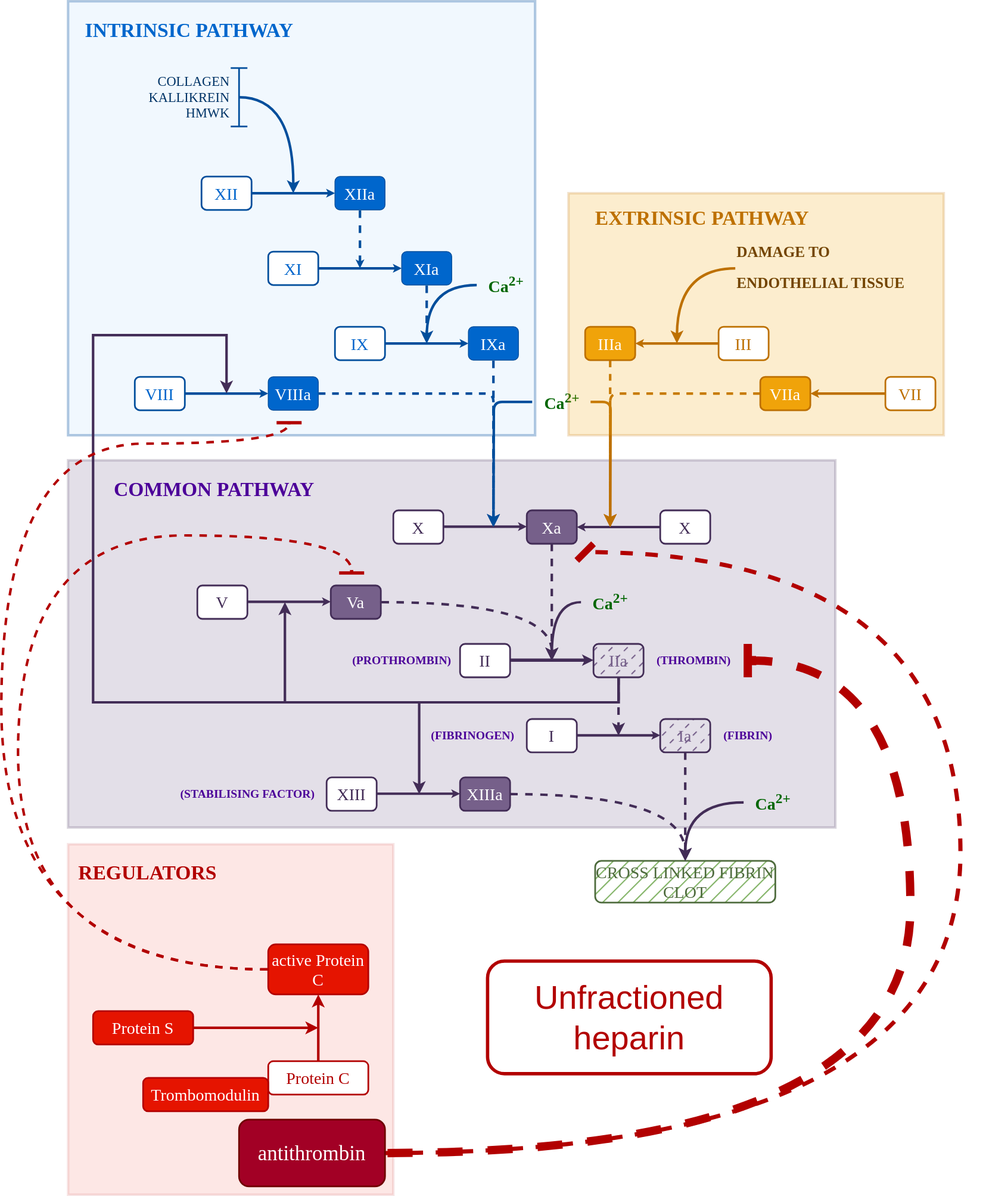
This is images/UFH.drawio.svg from rmvpaeme/stolling, a draw.io export, as it was before one commit. Source tidied: cells renumbered, new cells last; positions are measured from the earlier drawing's top-left corner, leaving out a move shared by most shapes.
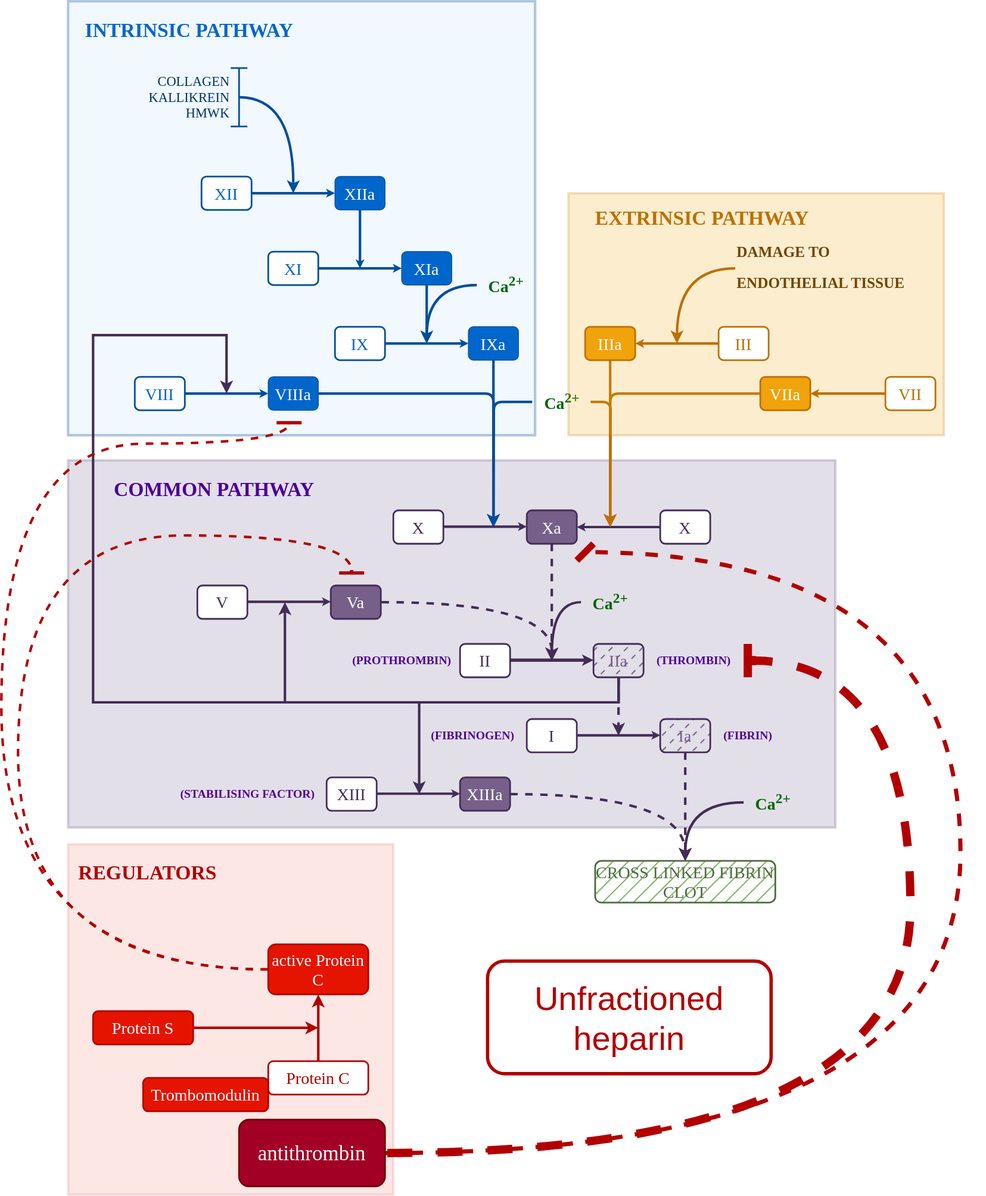
Later version of the same file.

Change to the diagram source:
```diff
@@ -11,7 +11,7 @@
     <mxCell id="4" style="rounded=0;whiteSpace=wrap;html=1;fillColor=#D1E6FC;strokeWidth=3;strokeColor=#004E9C;opacity=30;" parent="1" vertex="1">
       <mxGeometry x="80" width="560" height="520" as="geometry" />
     </mxCell>
-    <mxCell id="5" style="edgeStyle=orthogonalEdgeStyle;rounded=0;jettySize=auto;html=1;strokeWidth=3;endSize=1;strokeColor=#004e9c;dashed=1;flowAnimation=1;" parent="1" edge="1" source="6">
+    <mxCell id="5" style="edgeStyle=orthogonalEdgeStyle;rounded=0;jettySize=auto;html=1;strokeWidth=3;endSize=1;strokeColor=#004e9c;flowAnimation=0;" parent="1" edge="1" source="6">
       <mxGeometry relative="1" as="geometry">
         <mxPoint x="430" y="320" as="targetPoint" />
       </mxGeometry>
@@ -39,7 +39,7 @@
     <mxCell id="12" style="shape=crossbar;whiteSpace=wrap;html=1;rounded=1;direction=south;strokeWidth=2;fillColor=#004E9C;strokeColor=#004E9C;" parent="1" vertex="1">
       <mxGeometry x="275" y="80" width="20" height="70" as="geometry" />
     </mxCell>
-    <mxCell id="13" style="edgeStyle=orthogonalEdgeStyle;rounded=0;jettySize=auto;html=1;strokeWidth=3;endSize=1;strokeColor=#004e9c;dashed=1;flowAnimation=1;" parent="1" edge="1" source="14">
+    <mxCell id="13" style="edgeStyle=orthogonalEdgeStyle;rounded=0;jettySize=auto;html=1;strokeWidth=3;endSize=1;strokeColor=#004e9c;flowAnimation=0;" parent="1" edge="1" source="14">
       <mxGeometry relative="1" as="geometry">
         <mxPoint x="510" y="410" as="targetPoint" />
       </mxGeometry>
@@ -53,7 +53,7 @@
     <mxCell id="16" value="&lt;font style=&quot;font-size: 20px;&quot; face=&quot;Tahoma&quot;&gt;XI&lt;/font&gt;" style="rounded=1;whiteSpace=wrap;html=1;fillColor=#ffffff;fontColor=#0066CC;strokeColor=#004E9C;strokeWidth=2;" parent="1" vertex="1">
       <mxGeometry x="320" y="300" width="60" height="40" as="geometry" />
     </mxCell>
-    <mxCell id="17" style="edgeStyle=orthogonalEdgeStyle;rounded=0;jettySize=auto;html=1;strokeWidth=3;strokeColor=#004e9c;dashed=1;flowAnimation=1;" parent="1" edge="1" source="18">
+    <mxCell id="17" style="edgeStyle=orthogonalEdgeStyle;rounded=0;jettySize=auto;html=1;strokeWidth=3;strokeColor=#004e9c;flowAnimation=0;" parent="1" edge="1" source="18">
       <mxGeometry relative="1" as="geometry">
         <mxPoint x="590" y="630" as="targetPoint" />
       </mxGeometry>
@@ -67,7 +67,7 @@
     <mxCell id="20" value="&lt;font style=&quot;font-size: 20px;&quot; face=&quot;Tahoma&quot;&gt;IX&lt;/font&gt;" style="rounded=1;whiteSpace=wrap;html=1;fillColor=#ffffff;fontColor=#0066CC;strokeColor=#004E9C;strokeWidth=2;" parent="1" vertex="1">
       <mxGeometry x="400" y="390" width="60" height="40" as="geometry" />
     </mxCell>
-    <mxCell id="21" style="edgeStyle=orthogonalEdgeStyle;rounded=1;jettySize=auto;html=1;curved=0;jumpStyle=arc;strokeWidth=3;strokeColor=#004e9c;flowAnimation=1;" parent="1" edge="1" source="22">
+    <mxCell id="21" style="edgeStyle=orthogonalEdgeStyle;rounded=1;jettySize=auto;html=1;curved=0;jumpStyle=arc;strokeWidth=3;strokeColor=#004e9c;flowAnimation=0;" parent="1" edge="1" source="22">
       <mxGeometry relative="1" as="geometry">
         <mxPoint x="590" y="630" as="targetPoint" />
         <Array as="points">
@@ -213,13 +213,13 @@
     <mxCell id="54" value="&lt;font face=&quot;Tahoma&quot;&gt;&lt;span style=&quot;font-size: 20px;&quot;&gt;CROSS LINKED FIBRIN CLOT&lt;/span&gt;&lt;/font&gt;" style="rounded=1;whiteSpace=wrap;html=1;fillColor=#82B366;strokeColor=#4E6B3D;strokeWidth=2;shadow=0;glass=0;fillStyle=hatch;fontColor=#4E6B3D;" parent="1" vertex="1">
       <mxGeometry x="712" y="1030" width="216" height="50" as="geometry" />
     </mxCell>
-    <mxCell id="55" style="edgeStyle=orthogonalEdgeStyle;rounded=0;orthogonalLoop=1;jettySize=auto;html=1;strokeColor=#BD7000;strokeWidth=3;flowAnimation=1;" parent="1" edge="1">
+    <mxCell id="55" style="edgeStyle=orthogonalEdgeStyle;rounded=0;orthogonalLoop=1;jettySize=auto;html=1;strokeColor=#BD7000;strokeWidth=3;flowAnimation=0;" parent="1" edge="1">
       <mxGeometry relative="1" as="geometry">
         <mxPoint x="730" y="430" as="sourcePoint" />
         <mxPoint x="730" y="630" as="targetPoint" />
       </mxGeometry>
     </mxCell>
-    <mxCell id="56" style="edgeStyle=orthogonalEdgeStyle;rounded=1;orthogonalLoop=1;jettySize=auto;html=1;curved=0;strokeColor=#BD7000;strokeWidth=3;flowAnimation=1;" parent="1" edge="1">
+    <mxCell id="56" style="edgeStyle=orthogonalEdgeStyle;rounded=1;orthogonalLoop=1;jettySize=auto;html=1;curved=0;strokeColor=#BD7000;strokeWidth=3;flowAnimation=0;" parent="1" edge="1">
       <mxGeometry relative="1" as="geometry">
         <mxPoint x="910" y="470" as="sourcePoint" />
         <mxPoint x="730" y="630" as="targetPoint" />
@@ -273,7 +273,7 @@
     <mxCell id="67" value="&lt;font color=&quot;#b20000&quot; face=&quot;Tahoma&quot;&gt;&lt;span style=&quot;font-size: 20px;&quot;&gt;Protein C&lt;/span&gt;&lt;/font&gt;" style="rounded=1;whiteSpace=wrap;html=1;strokeWidth=2;strokeColor=#B20000;" parent="1" vertex="1">
       <mxGeometry x="320" y="1270" width="120" height="40" as="geometry" />
     </mxCell>
-    <mxCell id="68" style="edgeStyle=orthogonalEdgeStyle;rounded=0;jettySize=auto;html=1;curved=1;dashed=1;strokeColor=#B20000;endSize=0;startSize=0;strokeWidth=3;sourcePerimeterSpacing=0;endArrow=baseDash;endFill=0;flowAnimation=1;" parent="1" edge="1" source="70" target="73">
+    <mxCell id="68" style="edgeStyle=orthogonalEdgeStyle;rounded=0;jettySize=auto;html=1;curved=1;strokeColor=#B20000;endSize=0;startSize=0;strokeWidth=3;sourcePerimeterSpacing=0;endArrow=baseDash;endFill=0;flowAnimation=0;dashed=1;" parent="1" edge="1" source="70" target="73">
       <mxGeometry relative="1" as="geometry">
         <Array as="points">
           <mxPoint y="1160" />
@@ -282,7 +282,7 @@
         </Array>
       </mxGeometry>
     </mxCell>
-    <mxCell id="69" style="edgeStyle=orthogonalEdgeStyle;rounded=0;jettySize=auto;html=1;dashed=1;curved=1;strokeWidth=3;strokeColor=#B20000;startSize=0;endSize=0;endArrow=baseDash;endFill=0;flowAnimation=1;" parent="1" edge="1" source="70" target="74">
+    <mxCell id="69" style="edgeStyle=orthogonalEdgeStyle;rounded=0;jettySize=auto;html=1;curved=1;strokeWidth=3;strokeColor=#B20000;startSize=0;endSize=0;endArrow=baseDash;endFill=0;flowAnimation=0;dashed=1;" parent="1" edge="1" source="70" target="74">
       <mxGeometry relative="1" as="geometry">
         <Array as="points">
           <mxPoint x="20" y="1160" />
```
